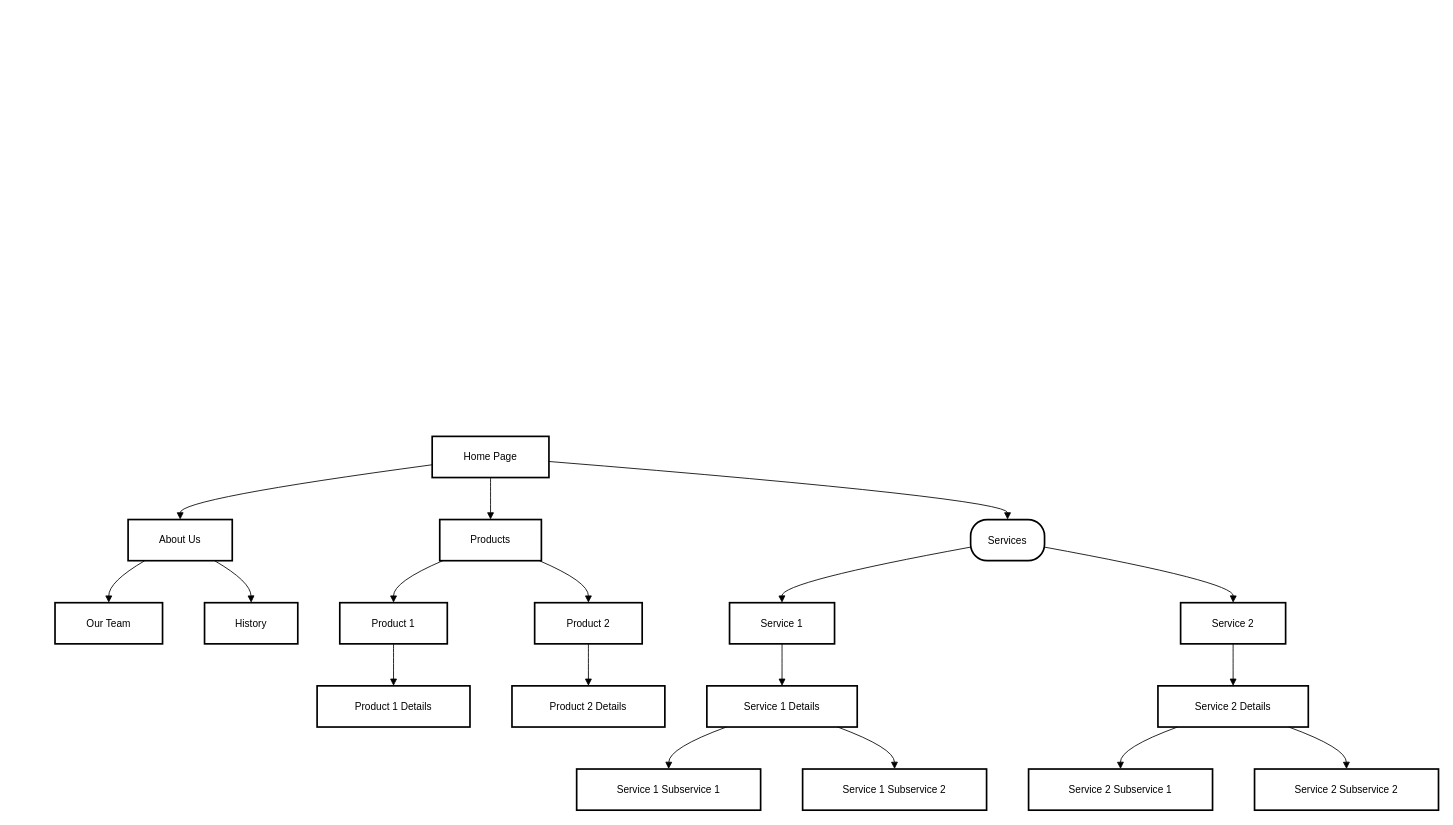
Above: Untitled Diagram.drawio in elfensky/draw.io (draw.io), before the change. Source tidied: cells renumbered, new cells numbered last; positions are measured from the earlier drawing's top-left corner, leaving out a move shared by most shapes. Both pictures are drawn from the tidied source at 84%, with x=0, y=0 at pixel (55, 436).
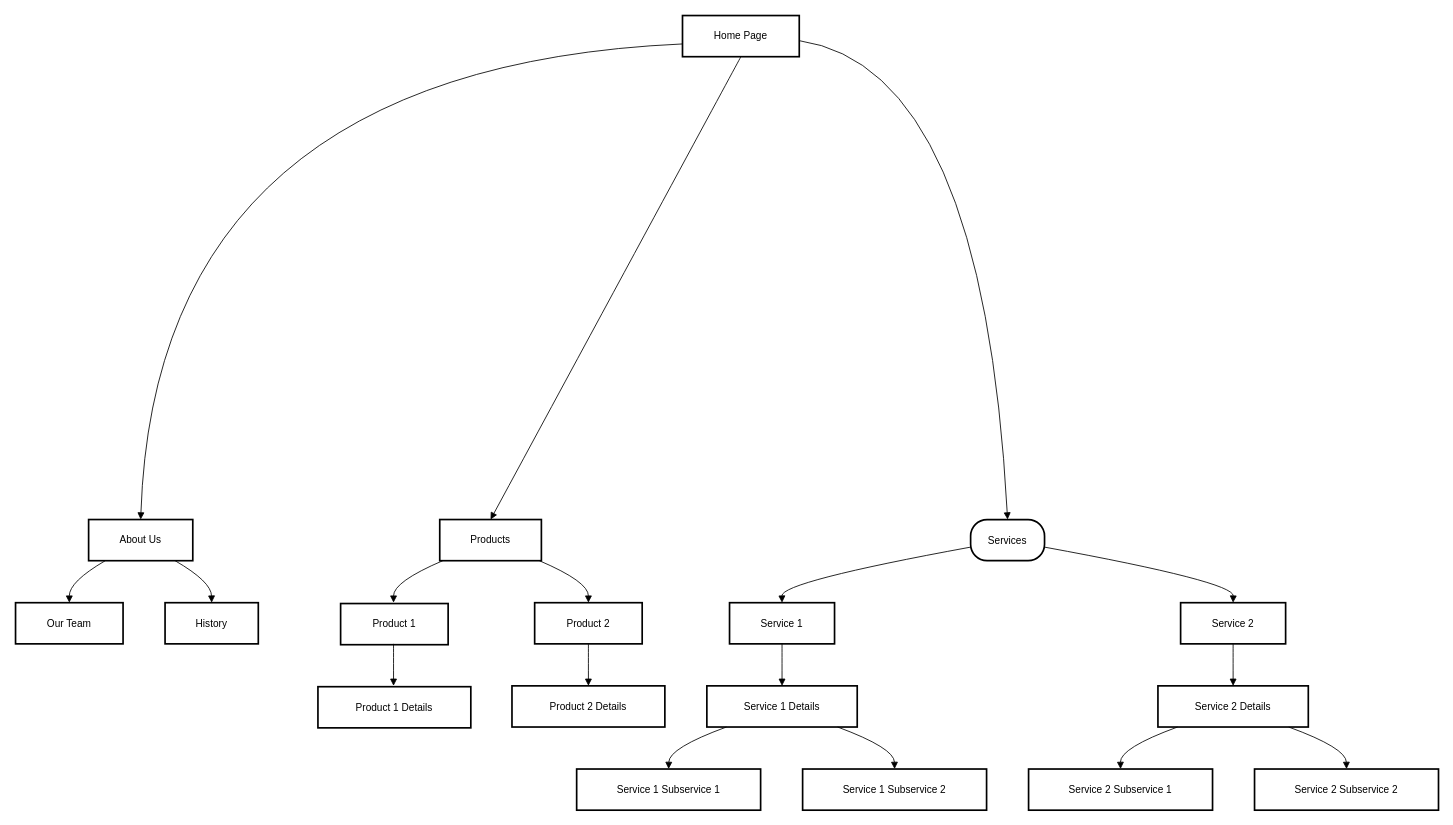
Above is the later version.

The change refers to these unchanged cells:
```xml
<mxCell id="4" value="Products" style="whiteSpace=wrap;strokeWidth=2;" parent="1" vertex="1">
  <mxGeometry x="458" y="99" width="121" height="49" as="geometry" />
</mxCell>
<mxCell id="5" value="Services" style="rounded=1;arcSize=40;strokeWidth=2;" parent="1" vertex="1">
  <mxGeometry x="1090" y="99" width="88" height="49" as="geometry" />
</mxCell>
```

Diff of the diagram source:
```diff
@@
     <mxCell id="2" value="Home Page" style="whiteSpace=wrap;strokeWidth=2;" parent="1" vertex="1">
-      <mxGeometry x="449" width="139" height="49" as="geometry" />
+      <mxGeometry x="747" y="-501" width="139" height="49" as="geometry" />
     </mxCell>
     <mxCell id="3" value="About Us" style="whiteSpace=wrap;strokeWidth=2;" parent="1" vertex="1">
-      <mxGeometry x="87" y="99" width="124" height="49" as="geometry" />
+      <mxGeometry x="40" y="99" width="124" height="49" as="geometry" />
     </mxCell>
@@
     <mxCell id="6" value="Our Team" style="whiteSpace=wrap;strokeWidth=2;" parent="1" vertex="1">
-      <mxGeometry y="198" width="128" height="49" as="geometry" />
+      <mxGeometry x="-47" y="198" width="128" height="49" as="geometry" />
     </mxCell>
     <mxCell id="7" value="History" style="whiteSpace=wrap;strokeWidth=2;" parent="1" vertex="1">
-      <mxGeometry x="178" y="198" width="111" height="49" as="geometry" />
+      <mxGeometry x="131" y="198" width="111" height="49" as="geometry" />
     </mxCell>
     <mxCell id="8" value="Product 1" style="whiteSpace=wrap;strokeWidth=2;" parent="1" vertex="1">
-      <mxGeometry x="339" y="198" width="128" height="49" as="geometry" />
+      <mxGeometry x="340" y="199" width="128" height="49" as="geometry" />
     </mxCell>
@@
     <mxCell id="12" value="Product 1 Details" style="whiteSpace=wrap;strokeWidth=2;" parent="1" vertex="1">
-      <mxGeometry x="312" y="297" width="182" height="49" as="geometry" />
+      <mxGeometry x="313" y="298" width="182" height="49" as="geometry" />
     </mxCell>
@@
     <mxCell id="20" style="curved=1;startArrow=none;endArrow=block;exitX=0;exitY=0.69;entryX=0.5;entryY=0;" parent="1" edge="1" source="2" target="3">
       <mxGeometry relative="1" as="geometry">
         <Array as="points">
-          <mxPoint x="149" y="74" />
+          <mxPoint x="120" y="-439" />
         </Array>
       </mxGeometry>
     </mxCell>
@@
     <mxCell id="22" style="curved=1;startArrow=none;endArrow=block;exitX=1;exitY=0.61;entryX=0.5;entryY=0;" parent="1" edge="1" source="2" target="5">
       <mxGeometry relative="1" as="geometry">
         <Array as="points">
-          <mxPoint x="1134" y="74" />
+          <mxPoint x="1105" y="-439" />
         </Array>
       </mxGeometry>
     </mxCell>
     <mxCell id="23" style="curved=1;startArrow=none;endArrow=block;exitX=0.16;exitY=1;entryX=0.5;entryY=0;" parent="1" edge="1" source="3" target="6">
       <mxGeometry relative="1" as="geometry">
         <Array as="points">
-          <mxPoint x="64" y="173" />
+          <mxPoint x="17" y="173" />
         </Array>
       </mxGeometry>
     </mxCell>
     <mxCell id="24" style="curved=1;startArrow=none;endArrow=block;exitX=0.83;exitY=1;entryX=0.5;entryY=0;" parent="1" edge="1" source="3" target="7">
       <mxGeometry relative="1" as="geometry">
         <Array as="points">
-          <mxPoint x="233" y="173" />
+          <mxPoint x="186" y="173" />
         </Array>
       </mxGeometry>
     </mxCell>
-    <mxCell id="25" style="curved=1;startArrow=none;endArrow=block;exitX=0.03;exitY=1;entryX=0.5;entryY=0;" parent="1" edge="1" source="4" target="8">
+    <mxCell id="25" style="curved=1;startArrow=none;endArrow=block;exitX=0.03;exitY=1;entryX=0.5;entryY=0;" parent="1" edge="1" source="4">
       <mxGeometry relative="1" as="geometry">
+        <mxPoint x="403" y="198" as="targetPoint" />
         <Array as="points">
           <mxPoint x="403" y="173" />
         </Array>
       </mxGeometry>
     </mxCell>
@@
-    <mxCell id="29" style="curved=1;startArrow=none;endArrow=block;exitX=0.5;exitY=1;entryX=0.5;entryY=0;" parent="1" edge="1" source="8" target="12">
-      <mxGeometry relative="1" as="geometry" />
+    <mxCell id="29" style="curved=1;startArrow=none;endArrow=block;exitX=0.5;exitY=1;entryX=0.5;entryY=0;" parent="1" edge="1">
+      <mxGeometry relative="1" as="geometry">
+        <mxPoint x="403" y="247" as="sourcePoint" />
+        <mxPoint x="403" y="297" as="targetPoint" />
+      </mxGeometry>
     </mxCell>
```
